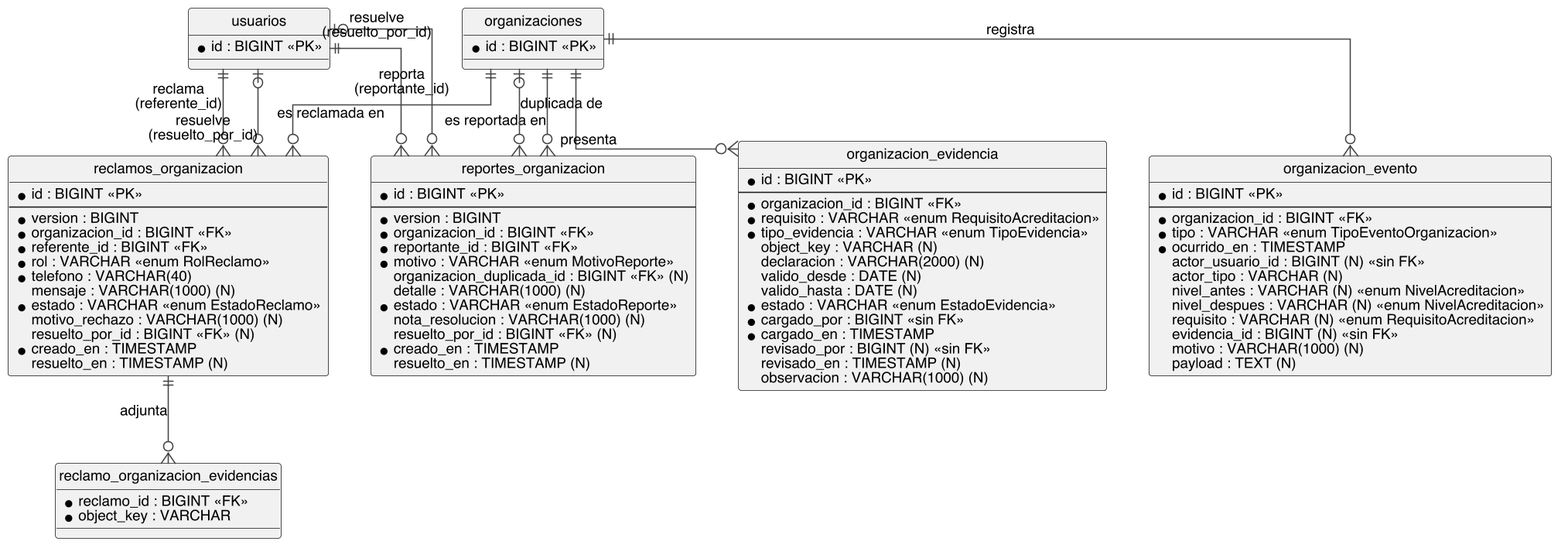
Earlier version of the PlantUML export docs/tfg/diagramas/er-acreditacion.png (S21-Projects/hornero_monorepo). The source it was exported from:
```plantuml
@startuml
hide circle
skinparam linetype ortho
skinparam shadowing false
skinparam dpi 150
skinparam defaultFontName Helvetica
skinparam defaultFontSize 12
skinparam entity {
  BackgroundColor #FFFFFF
  BorderColor #444444
  FontColor #111111
}
skinparam ArrowColor #444444

entity "usuarios" as usuarios {
  * id : BIGINT <<PK>>
}
entity "organizaciones" as organizaciones {
  * id : BIGINT <<PK>>
}

entity "organizacion_evidencia" as evidencia {
  * id : BIGINT <<PK>>
  --
  * organizacion_id : BIGINT <<FK>>
  * requisito : VARCHAR <<enum RequisitoAcreditacion>>
  * tipo_evidencia : VARCHAR <<enum TipoEvidencia>>
  object_key : VARCHAR (N)
  declaracion : VARCHAR(2000) (N)
  valido_desde : DATE (N)
  valido_hasta : DATE (N)
  * estado : VARCHAR <<enum EstadoEvidencia>>
  * cargado_por : BIGINT <<sin FK>>
  * cargado_en : TIMESTAMP
  revisado_por : BIGINT (N) <<sin FK>>
  revisado_en : TIMESTAMP (N)
  observacion : VARCHAR(1000) (N)
}

entity "organizacion_evento" as evento {
  * id : BIGINT <<PK>>
  --
  * organizacion_id : BIGINT <<FK>>
  * tipo : VARCHAR <<enum TipoEventoOrganizacion>>
  * ocurrido_en : TIMESTAMP
  actor_usuario_id : BIGINT (N) <<sin FK>>
  actor_tipo : VARCHAR (N)
  nivel_antes : VARCHAR (N) <<enum NivelAcreditacion>>
  nivel_despues : VARCHAR (N) <<enum NivelAcreditacion>>
  requisito : VARCHAR (N) <<enum RequisitoAcreditacion>>
  evidencia_id : BIGINT (N) <<sin FK>>
  motivo : VARCHAR(1000) (N)
  payload : TEXT (N)
}

entity "reclamos_organizacion" as reclamos {
  * id : BIGINT <<PK>>
  --
  * version : BIGINT
  * organizacion_id : BIGINT <<FK>>
  * referente_id : BIGINT <<FK>>
  * rol : VARCHAR <<enum RolReclamo>>
  * telefono : VARCHAR(40)
  mensaje : VARCHAR(1000) (N)
  * estado : VARCHAR <<enum EstadoReclamo>>
  motivo_rechazo : VARCHAR(1000) (N)
  resuelto_por_id : BIGINT <<FK>> (N)
  * creado_en : TIMESTAMP
  resuelto_en : TIMESTAMP (N)
}

entity "reclamo_organizacion_evidencias" as reclamoEv {
  * reclamo_id : BIGINT <<FK>>
  * object_key : VARCHAR
}

entity "reportes_organizacion" as reportes {
  * id : BIGINT <<PK>>
  --
  * version : BIGINT
  * organizacion_id : BIGINT <<FK>>
  * reportante_id : BIGINT <<FK>>
  * motivo : VARCHAR <<enum MotivoReporte>>
  organizacion_duplicada_id : BIGINT <<FK>> (N)
  detalle : VARCHAR(1000) (N)
  * estado : VARCHAR <<enum EstadoReporte>>
  nota_resolucion : VARCHAR(1000) (N)
  resuelto_por_id : BIGINT <<FK>> (N)
  * creado_en : TIMESTAMP
  resuelto_en : TIMESTAMP (N)
}

organizaciones ||--o{ evidencia : "presenta"
organizaciones ||--o{ evento : "registra"
organizaciones ||--o{ reclamos : "es reclamada en"
usuarios ||--o{ reclamos : "reclama\n(referente_id)"
usuarios |o--o{ reclamos : "resuelve\n(resuelto_por_id)"
reclamos ||--o{ reclamoEv : "adjunta"
organizaciones ||--o{ reportes : "es reportada en"
usuarios ||--o{ reportes : "reporta\n(reportante_id)"
usuarios |o--o{ reportes : "resuelve\n(resuelto_por_id)"
organizaciones |o--o{ reportes : "duplicada de"

@enduml
```
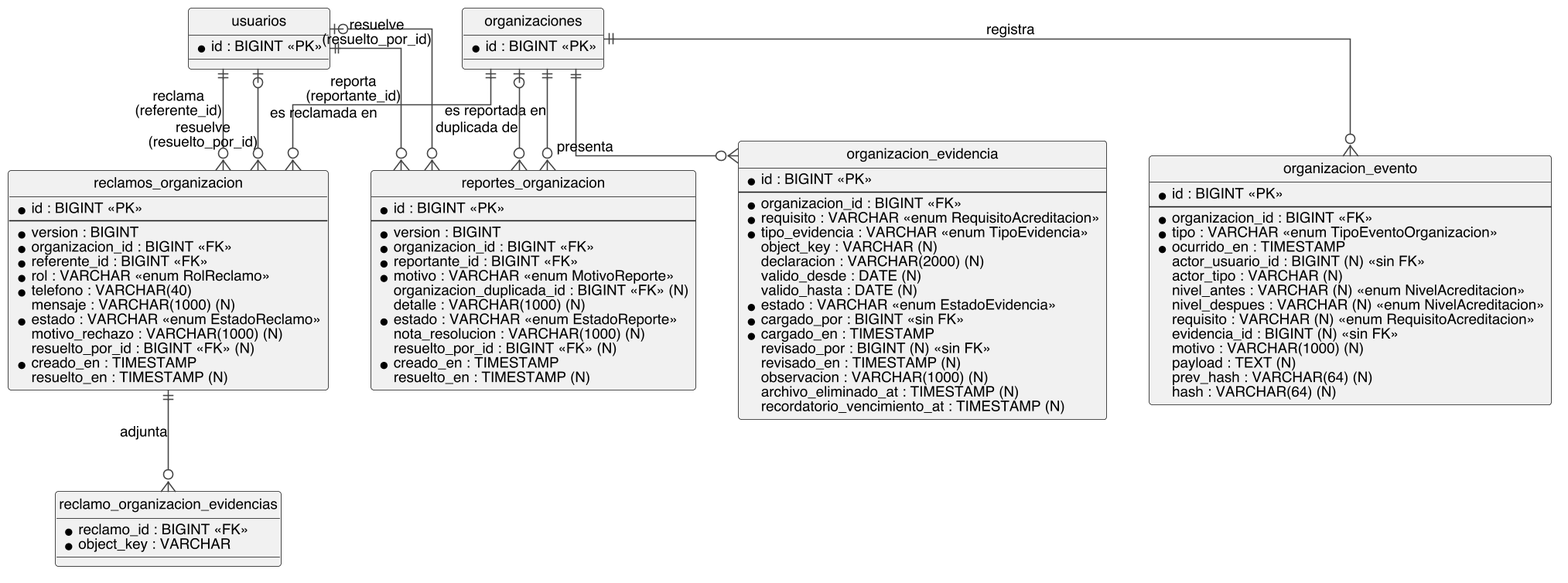
The same file after the commit.

Commit message:
docs(tfg): add hash chain, evidence retention fields and expiry to the data model diagrams (B2)

What changed in the source:
```diff
@@ -35,6 +35,8 @@
   revisado_por : BIGINT (N) <<sin FK>>
   revisado_en : TIMESTAMP (N)
   observacion : VARCHAR(1000) (N)
+  archivo_eliminado_at : TIMESTAMP (N)
+  recordatorio_vencimiento_at : TIMESTAMP (N)
 }
 
 entity "organizacion_evento" as evento {
@@ -51,6 +53,8 @@
   evidencia_id : BIGINT (N) <<sin FK>>
   motivo : VARCHAR(1000) (N)
   payload : TEXT (N)
+  prev_hash : VARCHAR(64) (N)
+  hash : VARCHAR(64) (N)
 }
 
 entity "reclamos_organizacion" as reclamos {
```
